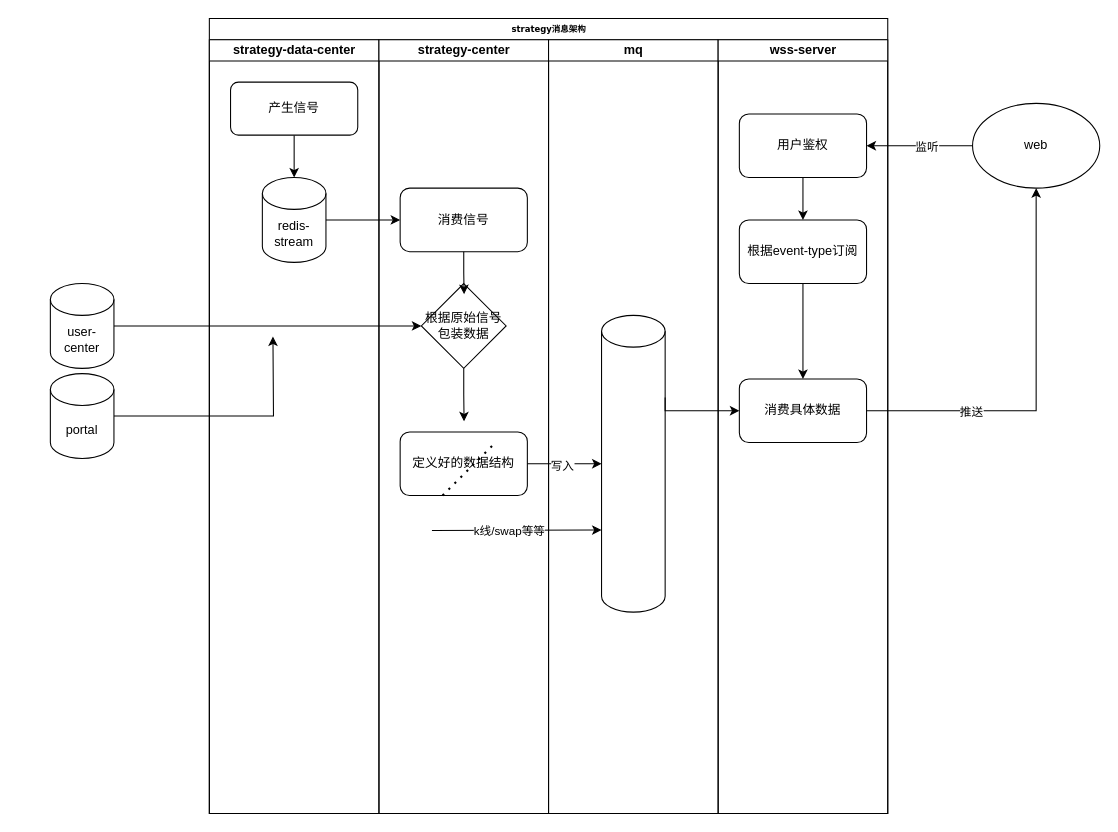
The draw.io diagram msg-center.drawio in ZiHengLee/drawio, before the edit. Source tidied: cells renumbered, new cells numbered last; positions are measured from the earlier drawing's top-left corner, leaving out a move shared by most shapes. Both pictures are drawn from the tidied source at 106%, with x=0, y=0 at pixel (50, 18).
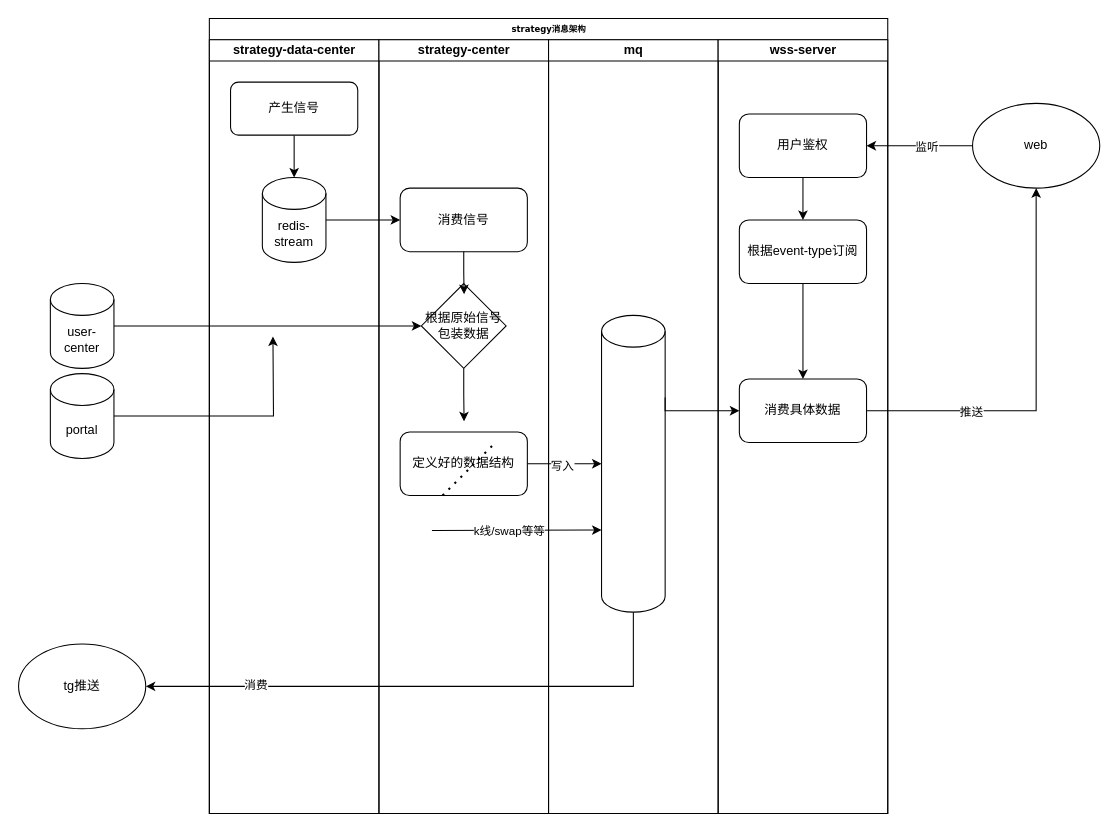
The same diagram, later.

The change refers to these unchanged cells:
```xml
<mxCell id="14" style="shape=cylinder3;whiteSpace=wrap;html=1;boundedLbl=1;backgroundOutline=1;size=15;" parent="13" vertex="1">
  <mxGeometry x="50" y="260" width="60" height="280" as="geometry" />
</mxCell>
```

The edit, as a diff of the source:
```diff
@@
+    <mxCell id="37" value="tg推送" style="ellipse;whiteSpace=wrap;html=1;" parent="1" vertex="1">
+      <mxGeometry x="-30" y="590" width="120" height="80" as="geometry" />
+    </mxCell>
+    <mxCell id="38" style="edgeStyle=orthogonalEdgeStyle;rounded=0;jettySize=auto;html=1;exitX=0.5;exitY=1;exitDx=0;exitDy=0;exitPerimeter=0;entryX=1;entryY=0.5;entryDx=0;entryDy=0;" parent="1" edge="1" source="14" target="37">
+      <mxGeometry relative="1" as="geometry" />
+    </mxCell>
+    <mxCell id="39" value="消费" style="edgeLabel;html=1;align=center;verticalAlign=middle;" parent="38" vertex="1">
+      <mxGeometry x="0.61" y="-2" relative="1" as="geometry" />
+    </mxCell>
```
